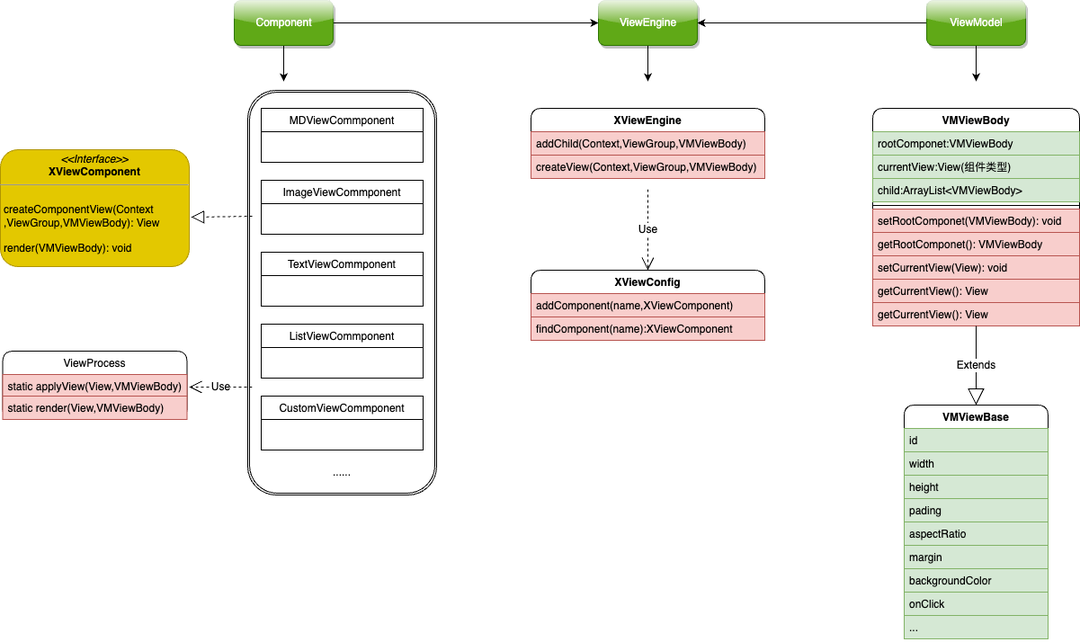
Earlier version of the draw.io export coralsea.png (heiyl/Test). Source tidied: cells renumbered, new cells last; positions are measured from the earlier drawing's top-left corner, leaving out a move shared by most shapes.
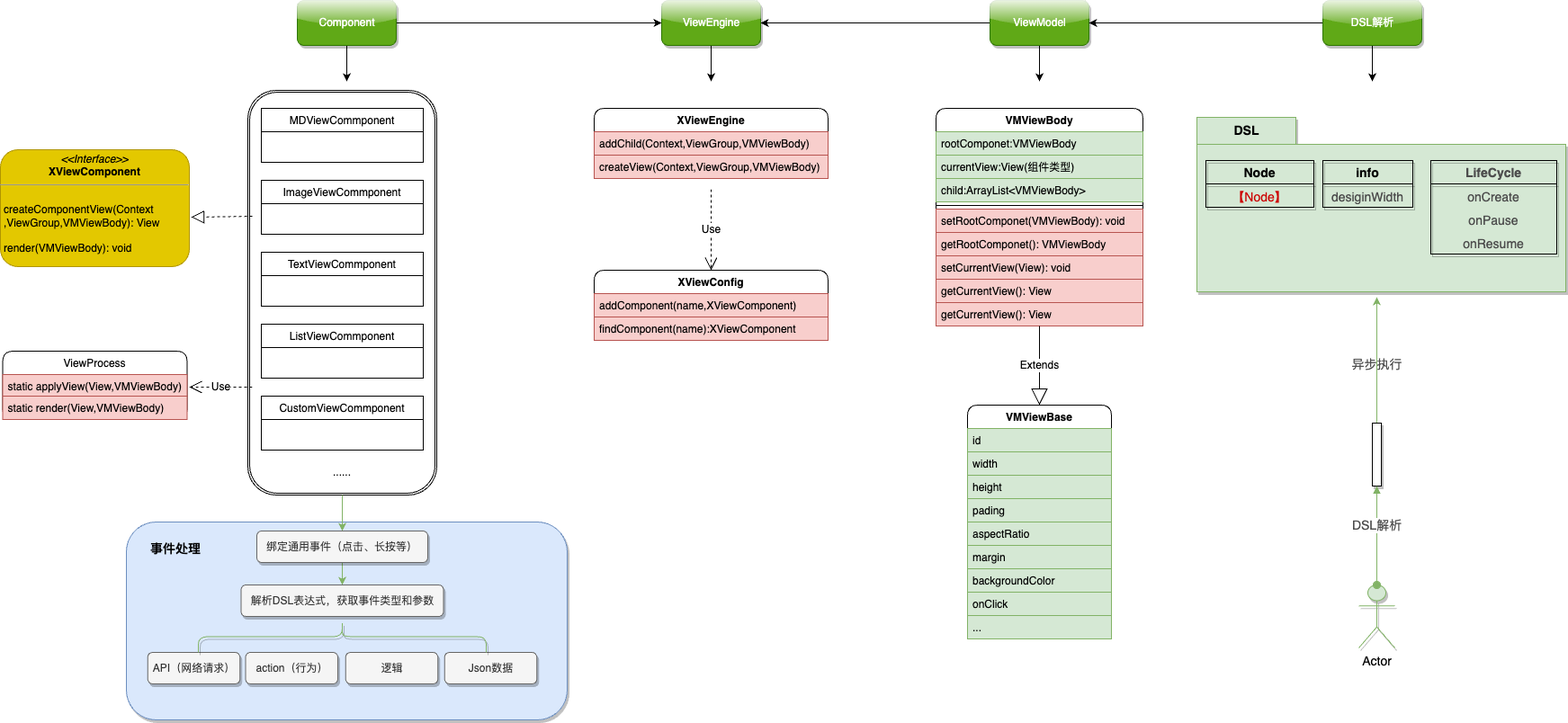
Later version of the same file.

Diff of the diagram source:
```diff
@@ -3,7 +3,7 @@
     <mxCell id="0" />
     <mxCell id="1" parent="0" />
     <mxCell id="2" value="VMViewBase" style="swimlane;fontStyle=1;align=center;verticalAlign=top;horizontal=1;startSize=26;labelBorderColor=none;rounded=1;" parent="1" vertex="1">
-      <mxGeometry x="1005" y="450" width="160" height="260" as="geometry" />
+      <mxGeometry x="1075" y="450" width="160" height="260" as="geometry" />
     </mxCell>
     <mxCell id="3" value="id" style="text;strokeColor=#82b366;fillColor=#d5e8d4;align=left;verticalAlign=top;spacingLeft=4;spacingRight=4;overflow=hidden;labelBorderColor=none;" parent="2" vertex="1">
       <mxGeometry y="26" width="160" height="26" as="geometry" />
@@ -37,14 +37,14 @@
     </mxCell>
     <mxCell id="13" style="edgeStyle=orthogonalEdgeStyle;rounded=0;jettySize=auto;html=1;exitX=0.5;exitY=1;exitDx=0;exitDy=0;labelBorderColor=none;" parent="1" edge="1" source="14">
       <mxGeometry relative="1" as="geometry">
-        <mxPoint x="1085" y="90" as="targetPoint" />
+        <mxPoint x="1155" y="90" as="targetPoint" />
       </mxGeometry>
     </mxCell>
     <mxCell id="14" value="ViewModel" style="html=1;fillColor=#60a917;fontColor=#ffffff;strokeColor=#2D7600;labelBorderColor=none;rounded=1;glass=1;shadow=1;" parent="1" vertex="1">
-      <mxGeometry x="1030" width="110" height="50" as="geometry" />
+      <mxGeometry x="1100" width="110" height="50" as="geometry" />
     </mxCell>
     <mxCell id="15" value="VMViewBody" style="swimlane;fontStyle=1;align=center;verticalAlign=top;horizontal=1;startSize=26;labelBorderColor=none;rounded=1;sketch=0;shadow=0;swimlaneLine=1;" parent="1" vertex="1">
-      <mxGeometry x="970" y="120" width="230" height="242" as="geometry" />
+      <mxGeometry x="1040" y="120" width="230" height="242" as="geometry" />
     </mxCell>
     <mxCell id="16" value="rootComponet:VMViewBody" style="text;strokeColor=#82b366;fillColor=#d5e8d4;align=left;verticalAlign=top;spacingLeft=4;spacingRight=4;overflow=hidden;labelBorderColor=none;" parent="15" vertex="1">
       <mxGeometry y="26" width="230" height="26" as="geometry" />
@@ -125,14 +125,14 @@
     </mxCell>
     <mxCell id="40" style="edgeStyle=orthogonalEdgeStyle;rounded=0;jettySize=auto;html=1;labelBorderColor=none;" parent="1" edge="1" source="41">
       <mxGeometry relative="1" as="geometry">
-        <mxPoint x="315" y="90" as="targetPoint" />
+        <mxPoint x="385" y="90" as="targetPoint" />
       </mxGeometry>
     </mxCell>
     <mxCell id="41" value="Component" style="html=1;rounded=1;labelBackgroundColor=none;fillColor=#60a917;fontColor=#ffffff;strokeColor=#2D7600;labelBorderColor=none;sketch=0;shadow=1;glass=1;" parent="1" vertex="1">
-      <mxGeometry x="260" width="110" height="50" as="geometry" />
+      <mxGeometry x="330" width="110" height="50" as="geometry" />
     </mxCell>
     <mxCell id="42" value="XViewEngine" style="swimlane;fontStyle=1;align=center;verticalAlign=top;horizontal=1;startSize=26;rounded=1;labelBackgroundColor=none;fillColor=none;labelBorderColor=none;" parent="1" vertex="1">
-      <mxGeometry x="590" y="120" width="260" height="78" as="geometry" />
+      <mxGeometry x="660" y="120" width="260" height="78" as="geometry" />
     </mxCell>
     <mxCell id="43" value="addChild(Context,ViewGroup,VMViewBody)" style="text;strokeColor=#b85450;fillColor=#f8cecc;align=left;verticalAlign=top;spacingLeft=4;spacingRight=4;overflow=hidden;rounded=0;labelBackgroundColor=none;labelBorderColor=none;" parent="42" vertex="1">
       <mxGeometry y="26" width="260" height="26" as="geometry" />
@@ -141,7 +141,7 @@
       <mxGeometry y="52" width="260" height="26" as="geometry" />
     </mxCell>
     <mxCell id="45" value="XViewConfig" style="swimlane;fontStyle=1;align=center;verticalAlign=top;horizontal=1;startSize=26;rounded=1;labelBackgroundColor=none;fillColor=none;labelBorderColor=none;" parent="1" vertex="1">
-      <mxGeometry x="590" y="300" width="260" height="78" as="geometry" />
+      <mxGeometry x="660" y="300" width="260" height="78" as="geometry" />
     </mxCell>
     <mxCell id="46" value="addComponent(name,XViewComponent)" style="text;strokeColor=#b85450;fillColor=#f8cecc;align=left;verticalAlign=top;spacingLeft=4;spacingRight=4;overflow=hidden;rounded=0;labelBackgroundColor=none;labelBorderColor=none;" parent="45" vertex="1">
       <mxGeometry y="26" width="260" height="26" as="geometry" />
@@ -151,16 +151,111 @@
     </mxCell>
     <mxCell id="48" value="Use" style="endArrow=open;endSize=12;dashed=1;html=1;rounded=0;entryX=0.5;entryY=0;entryDx=0;entryDy=0;labelBorderColor=none;" parent="1" edge="1" target="45">
       <mxGeometry relative="1" as="geometry">
-        <mxPoint x="720" y="210" as="sourcePoint" />
+        <mxPoint x="790" y="210" as="sourcePoint" />
       </mxGeometry>
     </mxCell>
     <mxCell id="49" style="edgeStyle=orthogonalEdgeStyle;rounded=0;jettySize=auto;html=1;labelBorderColor=none;" parent="1" edge="1" source="50">
       <mxGeometry relative="1" as="geometry">
-        <mxPoint x="720" y="90" as="targetPoint" />
+        <mxPoint x="790" y="90" as="targetPoint" />
       </mxGeometry>
     </mxCell>
     <mxCell id="50" value="ViewEngine" style="html=1;rounded=1;labelBackgroundColor=none;fillColor=#60a917;fontColor=#ffffff;strokeColor=#2D7600;labelBorderColor=none;glass=1;shadow=1;" parent="1" vertex="1">
-      <mxGeometry x="665" width="110" height="50" as="geometry" />
+      <mxGeometry x="735" width="110" height="50" as="geometry" />
     </mxCell>
+    <mxCell id="51" value="&lt;span style=&quot;color: rgba(0, 0, 0, 0); font-family: monospace; font-size: 0px; text-align: start;&quot;&gt;%3CmxGraphModel%3E%3Croot%3E%3CmxCell%20id%3D%220%22%2F%3E%3CmxCell%20id%3D%221%22%20parent%3D%220%22%2F%3E%3CmxCell%20id%3D%222%22%20style%3D%22edgeStyle%3DorthogonalEdgeStyle%3Brounded%3D0%3BorthogonalLoop%3D1%3BjettySize%3Dauto%3Bhtml%3D1%3BexitX%3D0.5%3BexitY%3D1%3BexitDx%3D0%3BexitDy%3D0%3BentryX%3D0.5%3BentryY%3D0%3BentryDx%3D0%3BentryDy%3D0%3BfillColor%3D%23d5e8d4%3BstrokeColor%3D%2382b366%3B%22%20edge%3D%221%22%20target%3D%225%22%20parent%3D%221%22%3E%3CmxGeometry%20relative%3D%221%22%20as%3D%22geometry%22%3E%3CmxPoint%20x%3D%22590%22%20y%3D%22740%22%20as%3D%22sourcePoint%22%2F%3E%3C%2FmxGeometry%3E%3C%2FmxCell%3E%3CmxCell%20id%3D%223%22%20value%3D%22%22%20style%3D%22edgeStyle%3DorthogonalEdgeStyle%3Brounded%3D0%3BorthogonalLoop%3D1%3BjettySize%3Dauto%3Bhtml%3D1%3BstartArrow%3Dnone%3B%22%20edge%3D%221%22%20target%3D%226%22%20parent%3D%221%22%3E%3CmxGeometry%20relative%3D%221%22%20as%3D%22geometry%22%3E%3CmxPoint%20x%3D%22587.5%22%20y%3D%22865%22%20as%3D%22sourcePoint%22%2F%3E%3C%2FmxGeometry%3E%3C%2FmxCell%3E%3CmxCell%20id%3D%224%22%20style%3D%22edgeStyle%3DorthogonalEdgeStyle%3Brounded%3D0%3BorthogonalLoop%3D1%3BjettySize%3Dauto%3Bhtml%3D1%3BexitX%3D0.5%3BexitY%3D1%3BexitDx%3D0%3BexitDy%3D0%3BentryX%3D0.5%3BentryY%3D0%3BentryDx%3D0%3BentryDy%3D0%3BfillColor%3D%23d5e8d4%3BstrokeColor%3D%2382b366%3B%22%20edge%3D%221%22%20source%3D%225%22%20target%3D%226%22%20parent%3D%221%22%3E%3CmxGeometry%20relative%3D%221%22%20as%3D%22geometry%22%2F%3E%3C%2FmxCell%3E%3CmxCell%20id%3D%225%22%20value%3D%22%E7%BB%91%E5%AE%9A%E9%80%9A%E7%94%A8%E4%BA%8B%E4%BB%B6%EF%BC%88%E7%82%B9%E5%87%BB%E3%80%81%E9%95%BF%E6%8C%89%E7%AD%89%EF%BC%89%22%20style%3D%22rounded%3D1%3BwhiteSpace%3Dwrap%3Bhtml%3D1%3BfillColor%3D%23f5f5f5%3BfontColor%3D%23333333%3BstrokeColor%3D%23666666%3Bshadow%3D1%3B%22%20vertex%3D%221%22%20parent%3D%221%22%3E%3CmxGeometry%20x%3D%22495%22%20y%3D%22770%22%20width%3D%22190%22%20height%3D%2235%22%20as%3D%22geometry%22%2F%3E%3C%2FmxCell%3E%3CmxCell%20id%3D%226%22%20value%3D%22%E8%A7%A3%E6%9E%90DSL%E8%A1%A8%E8%BE%BE%E5%BC%8F%EF%BC%8C%E8%8E%B7%E5%8F%96%E4%BA%8B%E4%BB%B6%E7%B1%BB%E5%9E%8B%E5%92%8C%E5%8F%82%E6%95%B0%22%20style%3D%22rounded%3D1%3BwhiteSpace%3Dwrap%3Bhtml%3D1%3BfillColor%3D%23f5f5f5%3BfontColor%3D%23333333%3BstrokeColor%3D%23666666%3Bshadow%3D1%3B%22%20vertex%3D%221%22%20parent%3D%221%22%3E%3CmxGeometry%20x%3D%22477.5%22%20y%3D%22830%22%20width%3D%22225%22%20height%3D%2235%22%20as%3D%22geometry%22%2F%3E%3C%2FmxCell%3E%3CmxCell%20id%3D%227%22%20value%3D%22API%EF%BC%88%E7%BD%91%E7%BB%9C%E8%AF%B7%E6%B1%82%EF%BC%89%22%20style%3D%22rounded%3D1%3BwhiteSpace%3Dwrap%3Bhtml%3D1%3BfillColor%3D%23f5f5f5%3BfontColor%3D%23333333%3BstrokeColor%3D%23666666%3Bshadow%3D1%3B%22%20vertex%3D%221%22%20parent%3D%221%22%3E%3CmxGeometry%20x%3D%22373.75%22%20y%3D%22900%22%20width%3D%22102.5%22%20height%3D%2235%22%20as%3D%22geometry%22%2F%3E%3C%2FmxCell%3E%3CmxCell%20id%3D%228%22%20value%3D%22action%EF%BC%88%E8%A1%8C%E4%B8%BA%EF%BC%89%22%20style%3D%22rounded%3D1%3BwhiteSpace%3Dwrap%3Bhtml%3D1%3BfillColor%3D%23f5f5f5%3BfontColor%3D%23333333%3BstrokeColor%3D%23666666%3Bshadow%3D1%3B%22%20vertex%3D%221%22%20parent%3D%221%22%3E%3CmxGeometry%20x%3D%22482.5%22%20y%3D%22900%22%20width%3D%22102.5%22%20height%3D%2235%22%20as%3D%22geometry%22%2F%3E%3C%2FmxCell%3E%3CmxCell%20id%3D%229%22%20value%3D%22%E9%80%BB%E8%BE%91%22%20style%3D%22rounded%3D1%3BwhiteSpace%3Dwrap%3Bhtml%3D1%3BfillColor%3D%23f5f5f5%3BfontColor%3D%23333333%3BstrokeColor%3D%23666666%3Bshadow%3D1%3B%22%20vertex%3D%221%22%20parent%3D%221%22%3E%3CmxGeometry%20x%3D%22593.75%22%20y%3D%22900%22%20width%3D%22102.5%22%20height%3D%2235%22%20as%3D%22geometry%22%2F%3E%3C%2FmxCell%3E%3CmxCell%20id%3D%2210%22%20value%3D%22Json%E6%95%B0%E6%8D%AE%22%20style%3D%22rounded%3D1%3BwhiteSpace%3Dwrap%3Bhtml%3D1%3BfillColor%3D%23f5f5f5%3BfontColor%3D%23333333%3BstrokeColor%3D%23666666%3Bshadow%3D1%3B%22%20vertex%3D%221%22%20parent%3D%221%22%3E%3CmxGeometry%20x%3D%22703.75%22%20y%3D%22900%22%20width%3D%22102.5%22%20height%3D%2235%22%20as%3D%22geometry%22%2F%3E%3C%2FmxCell%3E%3CmxCell%20id%3D%2211%22%20value%3D%22%22%20style%3D%22shape%3DcurlyBracket%3BwhiteSpace%3Dwrap%3Bhtml%3D1%3Brounded%3D1%3BflipH%3D1%3BlabelPosition%3Dright%3BverticalLabelPosition%3Dmiddle%3Balign%3Dleft%3BverticalAlign%3Dmiddle%3Bshadow%3D1%3Bdirection%3Dsouth%3BfillColor%3D%23d5e8d4%3BstrokeColor%3D%2382b366%3B%22%20vertex%3D%221%22%20parent%3D%221%22%3E%3CmxGeometry%20x%3D%22430%22%20y%3D%22865%22%20width%3D%22320%22%20height%3D%2235%22%20as%3D%22geometry%22%2F%3E%3C%2FmxCell%3E%3C%2Froot%3E%3C%2FmxGraphModel%3E&lt;/span&gt;" style="rounded=1;whiteSpace=wrap;html=1;shadow=1;fillColor=#dae8fc;strokeColor=#6c8ebf;" parent="1" vertex="1">
+      <mxGeometry x="140" y="580" width="490" height="220" as="geometry" />
+    </mxCell>
+    <mxCell id="52" style="edgeStyle=orthogonalEdgeStyle;rounded=0;jettySize=auto;html=1;exitX=0.5;exitY=1;exitDx=0;exitDy=0;entryX=0.5;entryY=0;entryDx=0;entryDy=0;fillColor=#d5e8d4;strokeColor=#82b366;" parent="1" edge="1" target="55">
+      <mxGeometry relative="1" as="geometry">
+        <mxPoint x="380" y="550" as="sourcePoint" />
+      </mxGeometry>
+    </mxCell>
+    <mxCell id="53" style="edgeStyle=orthogonalEdgeStyle;rounded=0;jettySize=auto;html=1;startArrow=none;" parent="1" edge="1" target="56">
+      <mxGeometry relative="1" as="geometry">
+        <mxPoint x="377.5" y="675" as="sourcePoint" />
+      </mxGeometry>
+    </mxCell>
+    <mxCell id="54" style="edgeStyle=orthogonalEdgeStyle;rounded=0;jettySize=auto;html=1;exitX=0.5;exitY=1;exitDx=0;exitDy=0;entryX=0.5;entryY=0;entryDx=0;entryDy=0;fillColor=#d5e8d4;strokeColor=#82b366;" parent="1" edge="1" source="55" target="56">
+      <mxGeometry relative="1" as="geometry" />
+    </mxCell>
+    <mxCell id="55" value="绑定通用事件（点击、长按等）" style="rounded=1;whiteSpace=wrap;html=1;fillColor=#f5f5f5;fontColor=#333333;strokeColor=#666666;shadow=1;" parent="1" vertex="1">
+      <mxGeometry x="285" y="590" width="190" height="35" as="geometry" />
+    </mxCell>
+    <mxCell id="56" value="解析DSL表达式，获取事件类型和参数" style="rounded=1;whiteSpace=wrap;html=1;fillColor=#f5f5f5;fontColor=#333333;strokeColor=#666666;shadow=1;" parent="1" vertex="1">
+      <mxGeometry x="267.5" y="650" width="225" height="35" as="geometry" />
+    </mxCell>
+    <mxCell id="57" value="API（网络请求）" style="rounded=1;whiteSpace=wrap;html=1;fillColor=#f5f5f5;fontColor=#333333;strokeColor=#666666;shadow=1;" parent="1" vertex="1">
+      <mxGeometry x="163.8" y="725" width="102.5" height="35" as="geometry" />
+    </mxCell>
+    <mxCell id="58" value="action（行为）" style="rounded=1;whiteSpace=wrap;html=1;fillColor=#f5f5f5;fontColor=#333333;strokeColor=#666666;shadow=1;" parent="1" vertex="1">
+      <mxGeometry x="272.5" y="725" width="102.5" height="35" as="geometry" />
+    </mxCell>
+    <mxCell id="59" value="逻辑" style="rounded=1;whiteSpace=wrap;html=1;fillColor=#f5f5f5;fontColor=#333333;strokeColor=#666666;shadow=1;" parent="1" vertex="1">
+      <mxGeometry x="383.8" y="725" width="102.5" height="35" as="geometry" />
+    </mxCell>
+    <mxCell id="60" value="Json数据" style="rounded=1;whiteSpace=wrap;html=1;fillColor=#f5f5f5;fontColor=#333333;strokeColor=#666666;shadow=1;" parent="1" vertex="1">
+      <mxGeometry x="493.8" y="725" width="102.5" height="35" as="geometry" />
+    </mxCell>
+    <mxCell id="61" style="shape=curlyBracket;whiteSpace=wrap;html=1;rounded=1;flipH=1;labelPosition=right;verticalLabelPosition=middle;align=left;verticalAlign=middle;shadow=1;direction=south;fillColor=#d5e8d4;strokeColor=#82b366;" parent="1" vertex="1">
+      <mxGeometry x="220" y="690" width="320" height="35" as="geometry" />
+    </mxCell>
+    <mxCell id="62" value="&lt;span&gt;&lt;font style=&quot;font-size: 14px;&quot;&gt;事件处理&lt;/font&gt;&lt;/span&gt;" style="text;html=1;strokeColor=none;fillColor=none;align=center;verticalAlign=middle;whiteSpace=wrap;rounded=0;shadow=1;fontStyle=1;" parent="1" vertex="1">
+      <mxGeometry x="163.8" y="595" width="62" height="30" as="geometry" />
+    </mxCell>
+    <mxCell id="63" style="edgeStyle=orthogonalEdgeStyle;rounded=0;jettySize=auto;html=1;entryX=1;entryY=0.5;entryDx=0;entryDy=0;fontSize=14;" parent="1" edge="1" source="65" target="14">
+      <mxGeometry relative="1" as="geometry" />
+    </mxCell>
+    <mxCell id="64" style="edgeStyle=orthogonalEdgeStyle;rounded=0;jettySize=auto;html=1;exitX=0.5;exitY=1;exitDx=0;exitDy=0;fontSize=14;" parent="1" edge="1" source="65">
+      <mxGeometry relative="1" as="geometry">
+        <mxPoint x="1525" y="90" as="targetPoint" />
+      </mxGeometry>
+    </mxCell>
+    <mxCell id="65" value="DSL解析" style="html=1;fillColor=#60a917;fontColor=#ffffff;strokeColor=#2D7600;labelBorderColor=none;rounded=1;glass=1;shadow=1;" parent="1" vertex="1">
+      <mxGeometry x="1470" width="110" height="50" as="geometry" />
+    </mxCell>
+    <mxCell id="66" value="&lt;b&gt;DSL&lt;/b&gt;" style="shape=folder;fontStyle=0;tabWidth=110;tabHeight=30;tabPosition=left;html=1;boundedLbl=1;labelInHeader=1;shadow=1;fontSize=14;fillColor=#d5e8d4;strokeColor=#82b366;" parent="1" vertex="1">
+      <mxGeometry x="1330" y="130" width="410" height="194" as="geometry" />
+    </mxCell>
+    <mxCell id="67" value="Node" style="swimlane;fontStyle=1;horizontal=1;startSize=26;fillColor=none;shadow=1;fontSize=14;align=center;" parent="66" vertex="1">
+      <mxGeometry x="10" y="48" width="120" height="52" as="geometry" />
+    </mxCell>
+    <mxCell id="68" value="【Node】" style="text;strokeColor=none;fillColor=none;align=center;verticalAlign=top;spacingLeft=4;spacingRight=4;overflow=hidden;shadow=1;fontSize=14;fontColor=#CC0000;" parent="67" vertex="1">
+      <mxGeometry y="26" width="120" height="26" as="geometry" />
+    </mxCell>
+    <mxCell id="69" value="info" style="swimlane;fontStyle=1;horizontal=1;startSize=26;fillColor=none;shadow=1;fontSize=14;align=center;" parent="66" vertex="1">
+      <mxGeometry x="140" y="48" width="100" height="52" as="geometry" />
+    </mxCell>
+    <mxCell id="70" value="desiginWidth" style="text;strokeColor=none;fillColor=none;align=center;verticalAlign=top;spacingLeft=4;spacingRight=4;overflow=hidden;shadow=1;fontSize=14;fontColor=#4D4D4D;" parent="69" vertex="1">
+      <mxGeometry y="26" width="100" height="26" as="geometry" />
+    </mxCell>
+    <mxCell id="71" value="LifeCycle" style="swimlane;fontStyle=1;horizontal=1;startSize=26;fillColor=none;shadow=1;fontSize=14;fontColor=#4D4D4D;" parent="66" vertex="1">
+      <mxGeometry x="260" y="48" width="140" height="104" as="geometry" />
+    </mxCell>
+    <mxCell id="72" value="onCreate" style="text;strokeColor=none;fillColor=none;align=center;verticalAlign=top;spacingLeft=4;spacingRight=4;overflow=hidden;shadow=1;fontSize=14;fontColor=#4D4D4D;" parent="71" vertex="1">
+      <mxGeometry y="26" width="140" height="26" as="geometry" />
+    </mxCell>
+    <mxCell id="73" value="onPause" style="text;strokeColor=none;fillColor=none;align=center;verticalAlign=top;spacingLeft=4;spacingRight=4;overflow=hidden;shadow=1;fontSize=14;fontColor=#4D4D4D;" parent="71" vertex="1">
+      <mxGeometry y="52" width="140" height="26" as="geometry" />
+    </mxCell>
+    <mxCell id="74" value="onResume" style="text;strokeColor=none;fillColor=none;align=center;verticalAlign=top;spacingLeft=4;spacingRight=4;overflow=hidden;shadow=1;fontSize=14;fontColor=#4D4D4D;" parent="71" vertex="1">
+      <mxGeometry y="78" width="140" height="26" as="geometry" />
+    </mxCell>
+    <mxCell id="75" value="Actor" style="shape=umlActor;verticalLabelPosition=bottom;verticalAlign=top;html=1;shadow=1;fontSize=14;fillColor=#d5e8d4;strokeColor=#82b366;" parent="1" vertex="1">
+      <mxGeometry x="1510" y="650" width="40" height="70" as="geometry" />
+    </mxCell>
+    <mxCell id="76" style="edgeStyle=orthogonalEdgeStyle;rounded=0;jettySize=auto;html=1;fontSize=14;fontColor=#4D4D4D;fillColor=#d5e8d4;strokeColor=#82b366;" parent="1" edge="1" source="77">
+      <mxGeometry relative="1" as="geometry">
+        <mxPoint x="1530" y="330" as="targetPoint" />
+      </mxGeometry>
+    </mxCell>
+    <mxCell id="77" style="html=1;points=[];perimeter=orthogonalPerimeter;shadow=1;fontSize=14;fontColor=#4D4D4D;" parent="1" vertex="1">
+      <mxGeometry x="1525" y="470" width="10" height="70" as="geometry" />
+    </mxCell>
+    <mxCell id="78" value="DSL解析" style="html=1;verticalAlign=bottom;startArrow=oval;endArrow=block;startSize=8;rounded=0;fontSize=14;fontColor=#4D4D4D;fillColor=#d5e8d4;strokeColor=#82b366;" parent="1" edge="1" source="75" target="77">
+      <mxGeometry relative="1" as="geometry" />
+    </mxCell>
+    <mxCell id="79" value="异步执行" style="text;html=1;align=center;verticalAlign=middle;strokeColor=none;fillColor=none;fontSize=14;fontColor=#4D4D4D;" parent="1" vertex="1">
+      <mxGeometry x="1490" y="390" width="80" height="30" as="geometry" />
+    </mxCell>
   </root>
 </mxGraphModel>
```
